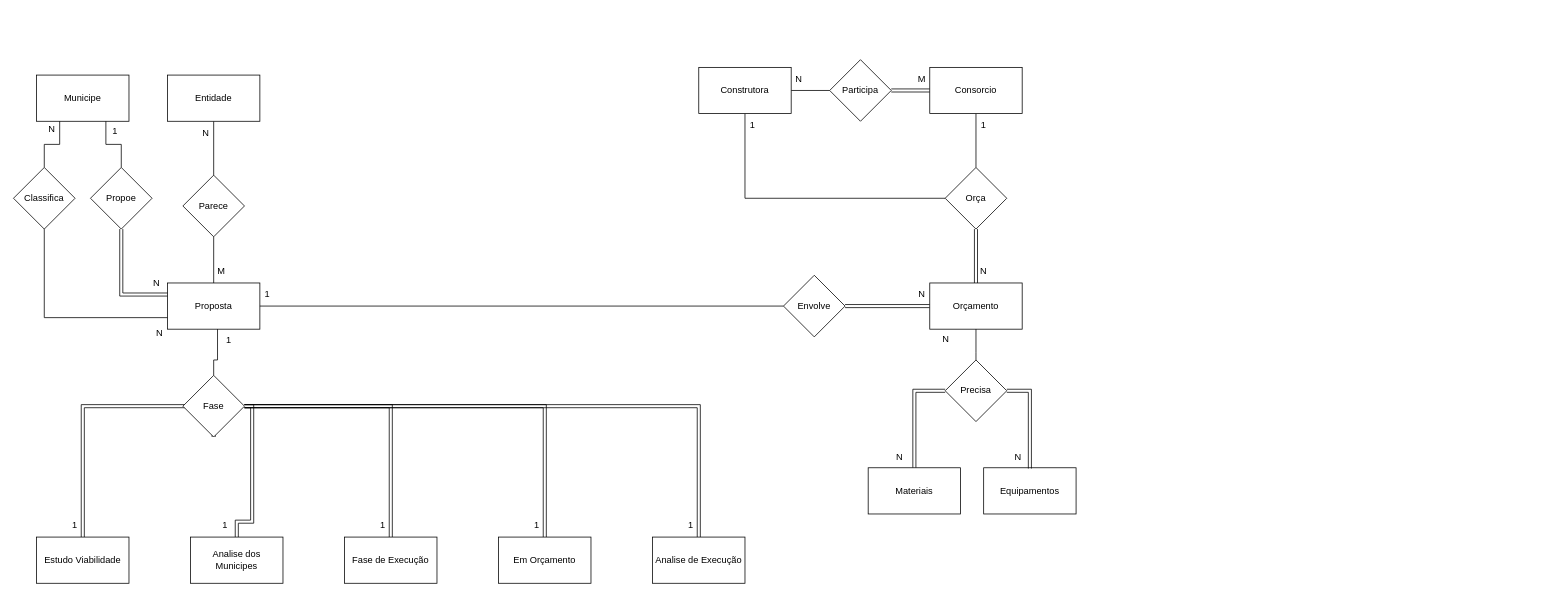
Above: TrabalhoFinal.drawio in Nuno-Goncalves1/Sql-ER (draw.io), before the change. Source tidied: cells renumbered, new cells numbered last; positions are measured from the earlier drawing's top-left corner, leaving out a move shared by most shapes. Both pictures are drawn from the tidied source at 77%, with x=0, y=0 at pixel (13, 59).
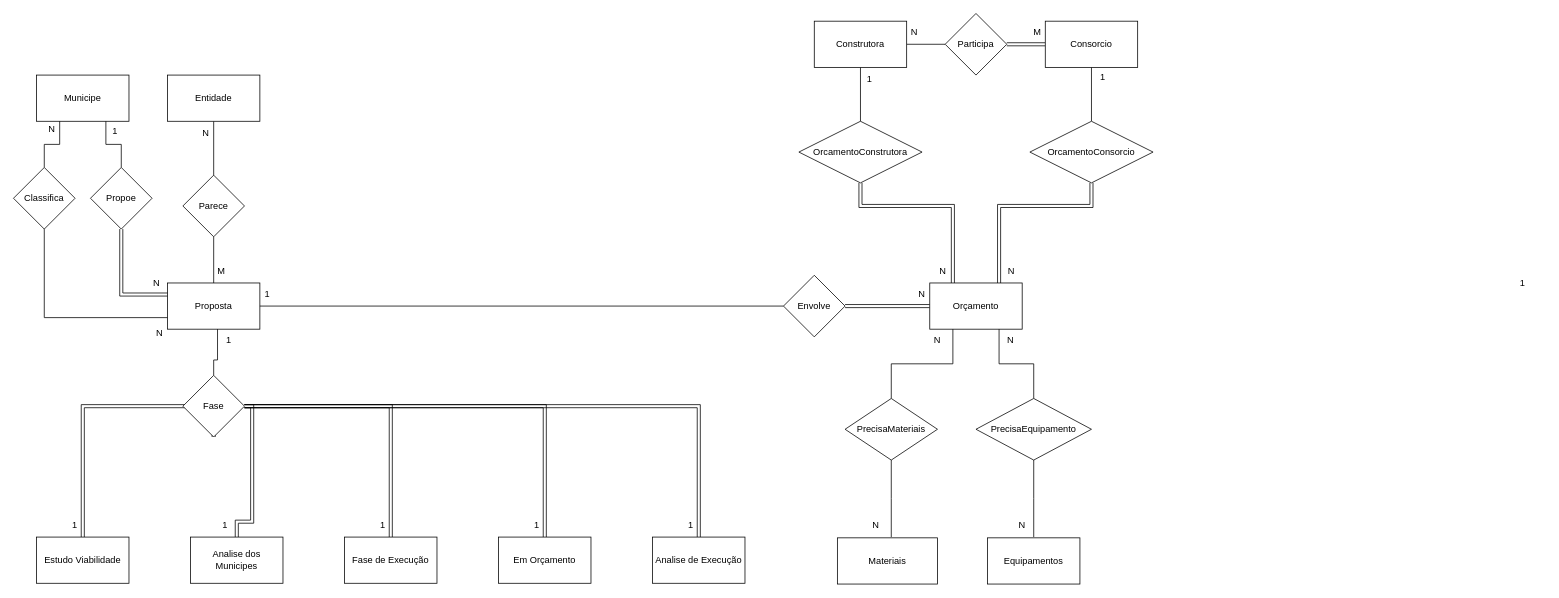
The same diagram, later.

The change refers to these unchanged cells:
```xml
<mxCell id="15" value="Orçamento" style="whiteSpace=wrap;html=1;" parent="1" vertex="1">
  <mxGeometry x="1190" y="290" width="120" height="60" as="geometry" />
</mxCell>
```

The edit, as a diff of the source:
```diff
@@
-    <mxCell id="16" style="edgeStyle=orthogonalEdgeStyle;rounded=0;jettySize=auto;html=1;exitX=0.5;exitY=1;exitDx=0;exitDy=0;entryX=0.5;entryY=0;entryDx=0;entryDy=0;endArrow=none;startFill=0;shape=link;" parent="1" edge="1" source="17" target="15">
-      <mxGeometry relative="1" as="geometry" />
+    <mxCell id="16" style="edgeStyle=orthogonalEdgeStyle;rounded=0;jettySize=auto;html=1;entryX=0.25;entryY=0;entryDx=0;entryDy=0;endArrow=none;startFill=0;shape=link;" parent="1" edge="1" source="17" target="15">
+      <mxGeometry relative="1" as="geometry">
+        <Array as="points">
+          <mxPoint x="1100" y="190" />
+          <mxPoint x="1220" y="190" />
+        </Array>
+      </mxGeometry>
     </mxCell>
-    <mxCell id="17" value="Orça" style="rhombus;whiteSpace=wrap;html=1;" parent="1" vertex="1">
-      <mxGeometry x="1210" y="140" width="80" height="80" as="geometry" />
+    <mxCell id="17" value="OrcamentoConstrutora" style="rhombus;whiteSpace=wrap;html=1;" parent="1" vertex="1">
+      <mxGeometry x="1020" y="80" width="160" height="80" as="geometry" />
     </mxCell>
@@
-    <mxCell id="20" value="N" style="text;html=1;align=center;verticalAlign=middle;whiteSpace=wrap;rounded=0;" parent="1" vertex="1">
-      <mxGeometry x="1230" y="260" width="60" height="30" as="geometry" />
-    </mxCell>
@@
-    <mxCell id="24" style="edgeStyle=orthogonalEdgeStyle;rounded=0;jettySize=auto;html=1;entryX=0;entryY=0.5;entryDx=0;entryDy=0;endArrow=none;startFill=0;" parent="1" edge="1" source="25" target="17">
-      <mxGeometry relative="1" as="geometry">
-        <Array as="points">
-          <mxPoint x="950" y="180" />
-        </Array>
-      </mxGeometry>
+    <mxCell id="24" style="edgeStyle=orthogonalEdgeStyle;rounded=0;jettySize=auto;html=1;exitX=0.5;exitY=1;exitDx=0;exitDy=0;entryX=0.5;entryY=0;entryDx=0;entryDy=0;endArrow=none;startFill=0;" parent="1" edge="1" source="25" target="17">
+      <mxGeometry relative="1" as="geometry" />
     </mxCell>
     <mxCell id="25" value="Construtora" style="rounded=0;whiteSpace=wrap;html=1;" parent="1" vertex="1">
-      <mxGeometry x="890" y="10" width="120" height="60" as="geometry" />
+      <mxGeometry x="1040" y="-50" width="120" height="60" as="geometry" />
     </mxCell>
-    <mxCell id="26" style="edgeStyle=orthogonalEdgeStyle;rounded=0;jettySize=auto;html=1;entryX=0;entryY=0.5;entryDx=0;entryDy=0;shape=link;" parent="1" edge="1" source="27" target="31">
-      <mxGeometry relative="1" as="geometry" />
-    </mxCell>
     <mxCell id="27" value="Materiais" style="rounded=0;whiteSpace=wrap;html=1;" parent="1" vertex="1">
-      <mxGeometry x="1110" y="530" width="120" height="60" as="geometry" />
+      <mxGeometry x="1070" y="621" width="130" height="60" as="geometry" />
     </mxCell>
     <mxCell id="28" value="Equipamentos" style="rounded=0;whiteSpace=wrap;html=1;" parent="1" vertex="1">
-      <mxGeometry x="1260" y="530" width="120" height="60" as="geometry" />
+      <mxGeometry x="1265" y="621" width="120" height="60" as="geometry" />
     </mxCell>
-    <mxCell id="29" style="edgeStyle=orthogonalEdgeStyle;rounded=0;jettySize=auto;html=1;entryX=0.75;entryY=1;entryDx=0;entryDy=0;shape=link;" parent="1" edge="1" source="31" target="34">
-      <mxGeometry relative="1" as="geometry">
-        <Array as="points">
-          <mxPoint x="1320" y="430" />
-        </Array>
-      </mxGeometry>
-    </mxCell>
+    <mxCell id="67" style="edgeStyle=orthogonalEdgeStyle;rounded=0;jettySize=auto;html=1;endArrow=none;startFill=0;" parent="1" edge="1" source="31">
+      <mxGeometry relative="1" as="geometry">
+        <mxPoint x="1140" y="620" as="targetPoint" />
+      </mxGeometry>
+    </mxCell>
-    <mxCell id="30" style="edgeStyle=orthogonalEdgeStyle;rounded=0;jettySize=auto;html=1;endArrow=none;startFill=0;" parent="1" edge="1" source="31" target="15">
-      <mxGeometry relative="1" as="geometry">
-        <Array as="points">
-          <mxPoint x="1250" y="380" />
-          <mxPoint x="1250" y="380" />
-        </Array>
-      </mxGeometry>
+    <mxCell id="30" style="edgeStyle=orthogonalEdgeStyle;rounded=0;jettySize=auto;html=1;entryX=0.25;entryY=1;entryDx=0;entryDy=0;endArrow=none;startFill=0;" parent="1" edge="1" source="31" target="15">
+      <mxGeometry relative="1" as="geometry" />
     </mxCell>
-    <mxCell id="31" value="Precisa" style="rhombus;whiteSpace=wrap;html=1;" parent="1" vertex="1">
-      <mxGeometry x="1210" y="390" width="80" height="80" as="geometry" />
+    <mxCell id="31" value="PrecisaMateriais" style="rhombus;whiteSpace=wrap;html=1;" parent="1" vertex="1">
+      <mxGeometry x="1080" y="440" width="120" height="80" as="geometry" />
     </mxCell>
     <mxCell id="32" value="N" style="text;html=1;align=center;verticalAlign=middle;whiteSpace=wrap;rounded=0;" parent="1" vertex="1">
-      <mxGeometry x="1181" y="348" width="60" height="30" as="geometry" />
+      <mxGeometry x="1170" y="350" width="60" height="30" as="geometry" />
     </mxCell>
     <mxCell id="33" value="N" style="text;html=1;align=center;verticalAlign=middle;whiteSpace=wrap;rounded=0;" parent="1" vertex="1">
-      <mxGeometry x="1121" y="501" width="60" height="30" as="geometry" />
+      <mxGeometry x="1090" y="590" width="60" height="30" as="geometry" />
     </mxCell>
     <mxCell id="34" value="N" style="text;html=1;align=center;verticalAlign=middle;whiteSpace=wrap;rounded=0;" parent="1" vertex="1">
-      <mxGeometry x="1275" y="501" width="60" height="30" as="geometry" />
+      <mxGeometry x="1280" y="590" width="60" height="30" as="geometry" />
     </mxCell>
@@
-    <mxCell id="54" style="edgeStyle=orthogonalEdgeStyle;rounded=0;jettySize=auto;html=1;exitX=0.5;exitY=1;exitDx=0;exitDy=0;entryX=0.5;entryY=0;entryDx=0;entryDy=0;endArrow=none;startFill=0;" parent="1" edge="1" source="55" target="17">
-      <mxGeometry relative="1" as="geometry" />
-    </mxCell>
+    <mxCell id="68" style="edgeStyle=orthogonalEdgeStyle;rounded=0;jettySize=auto;html=1;exitX=0.5;exitY=1;exitDx=0;exitDy=0;entryX=0.5;entryY=0;entryDx=0;entryDy=0;endArrow=none;startFill=0;" parent="1" edge="1" source="55" target="74">
+      <mxGeometry relative="1" as="geometry" />
+    </mxCell>
     <mxCell id="55" value="Consorcio" style="rounded=0;whiteSpace=wrap;html=1;" parent="1" vertex="1">
-      <mxGeometry x="1190" y="10" width="120" height="60" as="geometry" />
+      <mxGeometry x="1340" y="-50" width="120" height="60" as="geometry" />
     </mxCell>
     <mxCell id="56" value="Participa" style="rhombus;whiteSpace=wrap;html=1;" parent="1" vertex="1">
-      <mxGeometry x="1060" width="80" height="80" as="geometry" />
+      <mxGeometry x="1210" y="-60" width="80" height="80" as="geometry" />
     </mxCell>
     <mxCell id="57" value="N" style="text;html=1;align=center;verticalAlign=middle;whiteSpace=wrap;rounded=0;" parent="1" vertex="1">
-      <mxGeometry x="990" y="10" width="60" height="30" as="geometry" />
+      <mxGeometry x="1140" y="-50" width="60" height="30" as="geometry" />
     </mxCell>
     <mxCell id="58" value="M" style="text;html=1;align=center;verticalAlign=middle;whiteSpace=wrap;rounded=0;" parent="1" vertex="1">
-      <mxGeometry x="1150" y="10" width="60" height="30" as="geometry" />
+      <mxGeometry x="1300" y="-50" width="60" height="30" as="geometry" />
     </mxCell>
-    <mxCell id="59" value="1" style="text;html=1;align=center;verticalAlign=middle;whiteSpace=wrap;rounded=0;" parent="1" vertex="1">
-      <mxGeometry x="1230" y="70" width="60" height="30" as="geometry" />
-    </mxCell>
-    <mxCell id="60" value="1" style="text;html=1;align=center;verticalAlign=middle;whiteSpace=wrap;rounded=0;" parent="1" vertex="1">
-      <mxGeometry x="930" y="70" width="60" height="30" as="geometry" />
-    </mxCell>
@@
+    <mxCell id="69" style="edgeStyle=orthogonalEdgeStyle;rounded=0;jettySize=auto;html=1;endArrow=none;startFill=0;" parent="1" edge="1" source="71">
+      <mxGeometry relative="1" as="geometry">
+        <mxPoint x="1325" y="620" as="targetPoint" />
+      </mxGeometry>
+    </mxCell>
+    <mxCell id="70" style="edgeStyle=orthogonalEdgeStyle;rounded=0;jettySize=auto;html=1;entryX=0.75;entryY=1;entryDx=0;entryDy=0;endArrow=none;startFill=0;" parent="1" edge="1" source="71" target="15">
+      <mxGeometry relative="1" as="geometry" />
+    </mxCell>
+    <mxCell id="71" value="PrecisaEquipamento" style="rhombus;whiteSpace=wrap;html=1;" parent="1" vertex="1">
+      <mxGeometry x="1250" y="440" width="150" height="80" as="geometry" />
+    </mxCell>
+    <mxCell id="72" value="N" style="text;html=1;align=center;verticalAlign=middle;whiteSpace=wrap;rounded=0;" parent="1" vertex="1">
+      <mxGeometry x="1265" y="350" width="60" height="30" as="geometry" />
+    </mxCell>
+    <mxCell id="73" style="edgeStyle=orthogonalEdgeStyle;rounded=0;jettySize=auto;html=1;entryX=0.75;entryY=0;entryDx=0;entryDy=0;shape=link;" parent="1" edge="1" source="74" target="15">
+      <mxGeometry relative="1" as="geometry">
+        <Array as="points">
+          <mxPoint x="1400" y="190" />
+          <mxPoint x="1280" y="190" />
+        </Array>
+      </mxGeometry>
+    </mxCell>
+    <mxCell id="74" value="OrcamentoConsorcio" style="rhombus;whiteSpace=wrap;html=1;" parent="1" vertex="1">
+      <mxGeometry x="1320" y="80" width="160" height="80" as="geometry" />
+    </mxCell>
+    <mxCell id="75" value="N" style="text;html=1;align=center;verticalAlign=middle;whiteSpace=wrap;rounded=0;" parent="1" vertex="1">
+      <mxGeometry x="1177" y="260" width="60" height="30" as="geometry" />
+    </mxCell>
+    <mxCell id="76" value="1" style="text;html=1;align=center;verticalAlign=middle;whiteSpace=wrap;rounded=0;" parent="1" vertex="1">
+      <mxGeometry x="1082" y="10" width="60" height="30" as="geometry" />
+    </mxCell>
+    <mxCell id="77" value="N" style="text;html=1;align=center;verticalAlign=middle;whiteSpace=wrap;rounded=0;" parent="1" vertex="1">
+      <mxGeometry x="1266" y="260" width="60" height="30" as="geometry" />
+    </mxCell>
+    <mxCell id="78" value="1" style="text;html=1;align=center;verticalAlign=middle;whiteSpace=wrap;rounded=0;" parent="1" vertex="1">
+      <mxGeometry x="1930" y="275" width="60" height="30" as="geometry" />
+    </mxCell>
+    <mxCell id="79" value="1" style="text;html=1;align=center;verticalAlign=middle;whiteSpace=wrap;rounded=0;" parent="1" vertex="1">
+      <mxGeometry x="1385" y="8" width="60" height="30" as="geometry" />
+    </mxCell>
```
